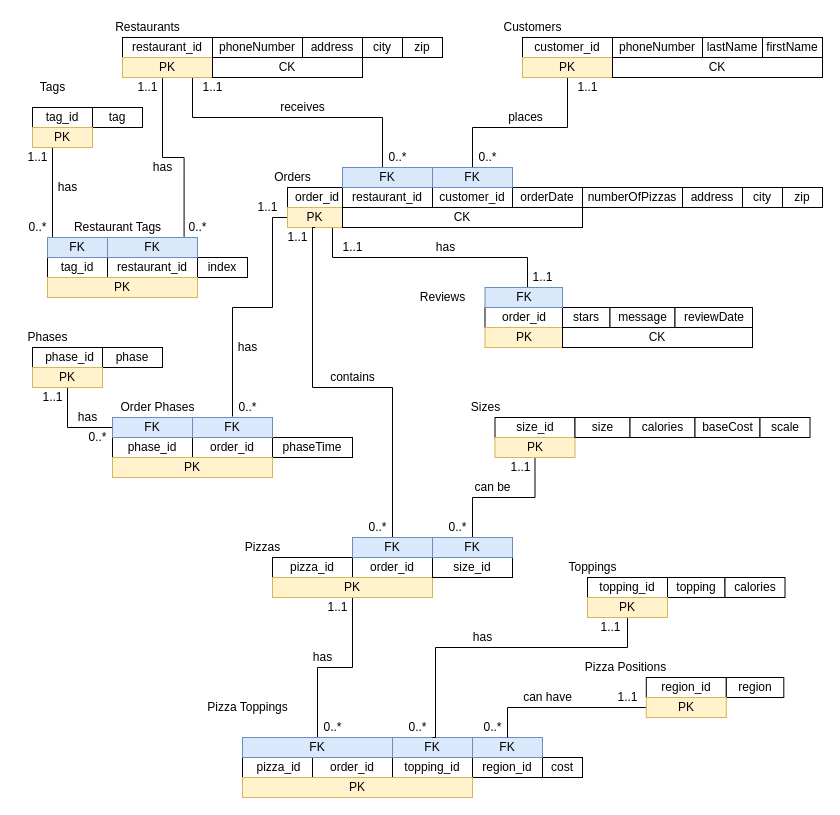
Above: Prooject2_CECS_323_Relation_Scheme.drawio in JosephRice22/CECS323 (draw.io), before the change. Source tidied: cells renumbered, new cells numbered last; positions are measured from the earlier drawing's top-left corner, leaving out a move shared by most shapes. Both pictures are drawn from the tidied source at 100%, with x=0, y=0 at pixel (17, 17).
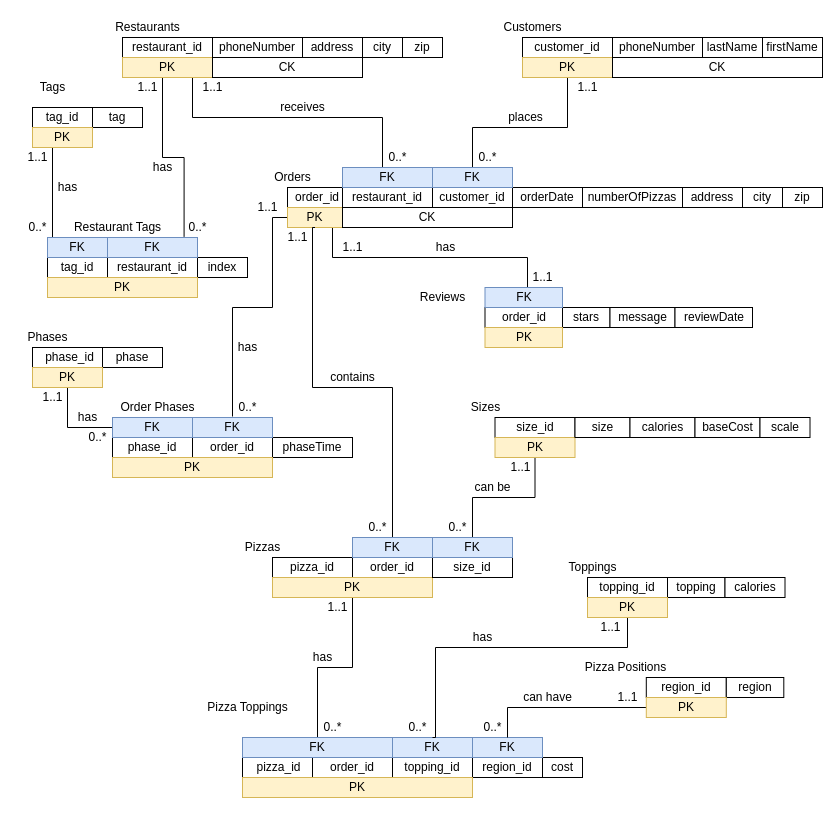
Above is the later version.

Diff of the diagram source:
```diff
@@
     <mxCell id="39" value="CK" style="rounded=0;whiteSpace=wrap;html=1;" parent="1" vertex="1">
-      <mxGeometry x="325" y="190" width="240" height="20" as="geometry" />
+      <mxGeometry x="325" y="190" width="170" height="20" as="geometry" />
     </mxCell>
@@
-    <mxCell id="136" value="CK" style="rounded=0;whiteSpace=wrap;html=1;" parent="1" vertex="1">
-      <mxGeometry x="545" y="310" width="190" height="20" as="geometry" />
-    </mxCell>
```
